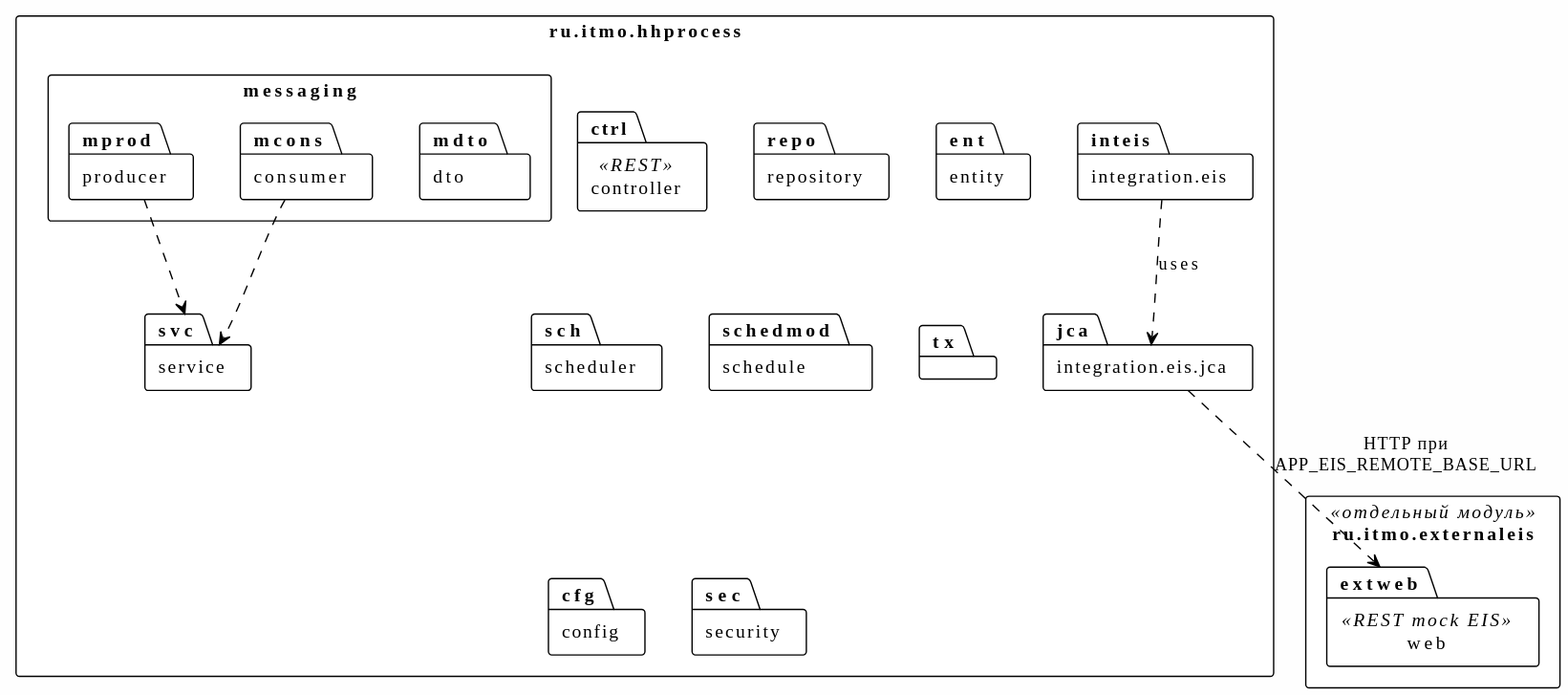
The PlantUML diagram report/diagrams/packages_hhprocess.svg in msuny-c/hh-process, before a commit. Its diagram source:
```plantuml
@startuml
!theme plain
skinparam backgroundColor #FEFEFE
skinparam packageStyle rectangle

package "ru.itmo.hhprocess" {
  package "controller" as ctrl <<REST>>
  package "service" as svc
  package "repository" as repo
  package "entity" as ent
  package "messaging" as msg {
    package "producer" as mprod
    package "consumer" as mcons
    package "dto" as mdto
  }
  package "integration.eis" as inteis
  package "integration.eis.jca" as jca
  package "scheduler" as sch
  package "schedule" as schedmod
  package "tx" as tx
  package "config" as cfg
  package "security" as sec
}

inteis ..> jca : uses
mcons ..> svc
mprod ..> svc

package "ru.itmo.externaleis" as extroot <<отдельный модуль>> {
  package "web" as extweb <<REST mock EIS>>
}

jca ..> extweb : HTTP при\nAPP_EIS_REMOTE_BASE_URL
@enduml
```
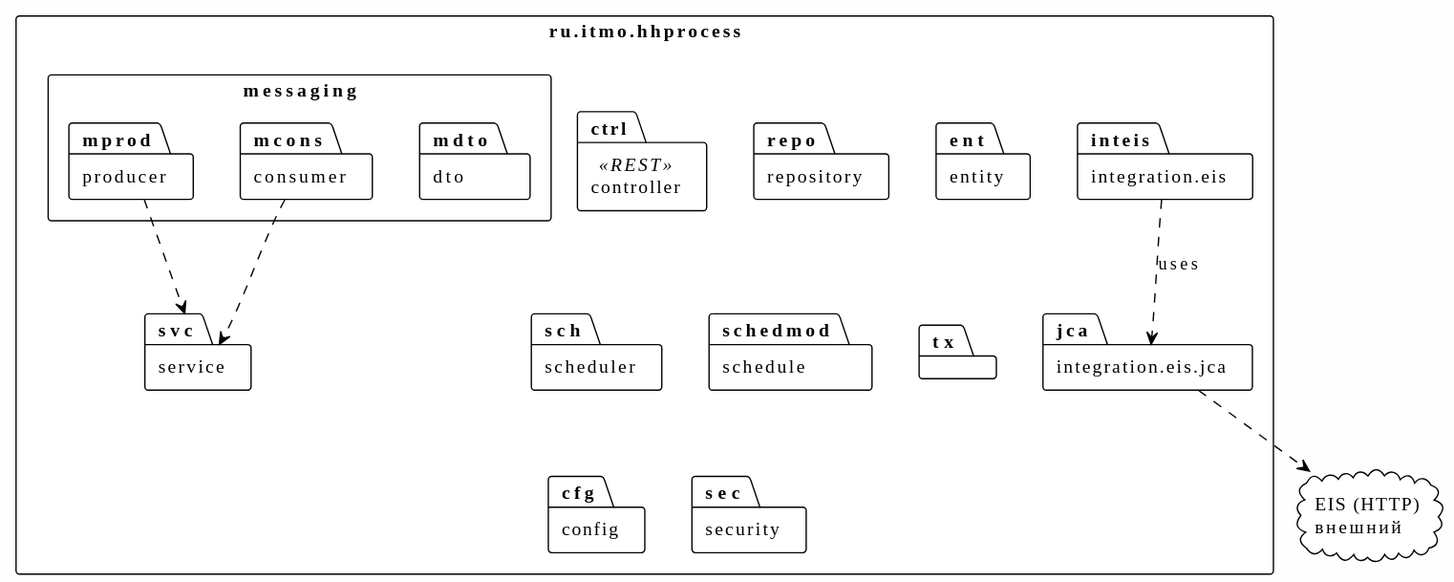
The same diagram one commit later.

The edit, as a diff of the source:
```diff
@@ -26,9 +26,6 @@
 mcons ..> svc
 mprod ..> svc
 
-package "ru.itmo.externaleis" as extroot <<отдельный модуль>> {
-  package "web" as extweb <<REST mock EIS>>
-}
-
-jca ..> extweb : HTTP при\nAPP_EIS_REMOTE_BASE_URL
+cloud "EIS (HTTP)\nвнешний" as eiscloud
+jca ..> eiscloud
 @enduml
```
